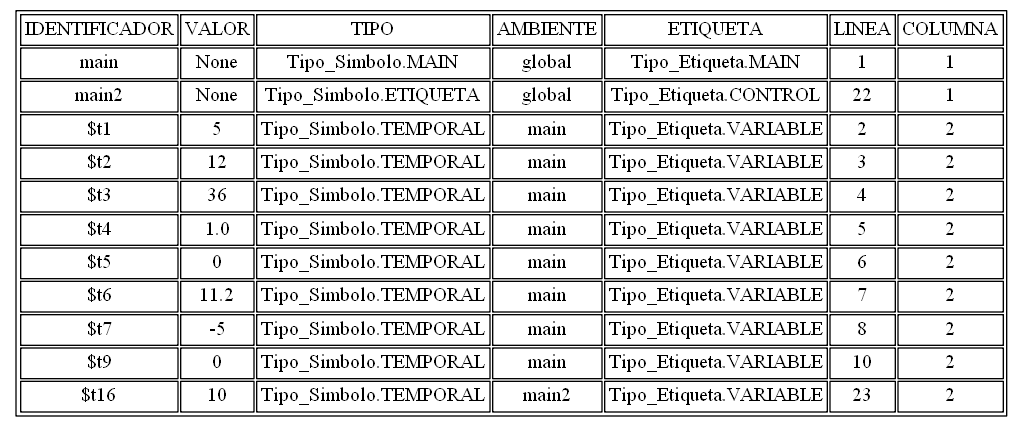
AndreeAvalos/OLC2-AUGUS keeps this Graphviz diagram as tablasimbolos.png. Above is the earlier version. Its source is kept beside it as tablasimbolos.dot.
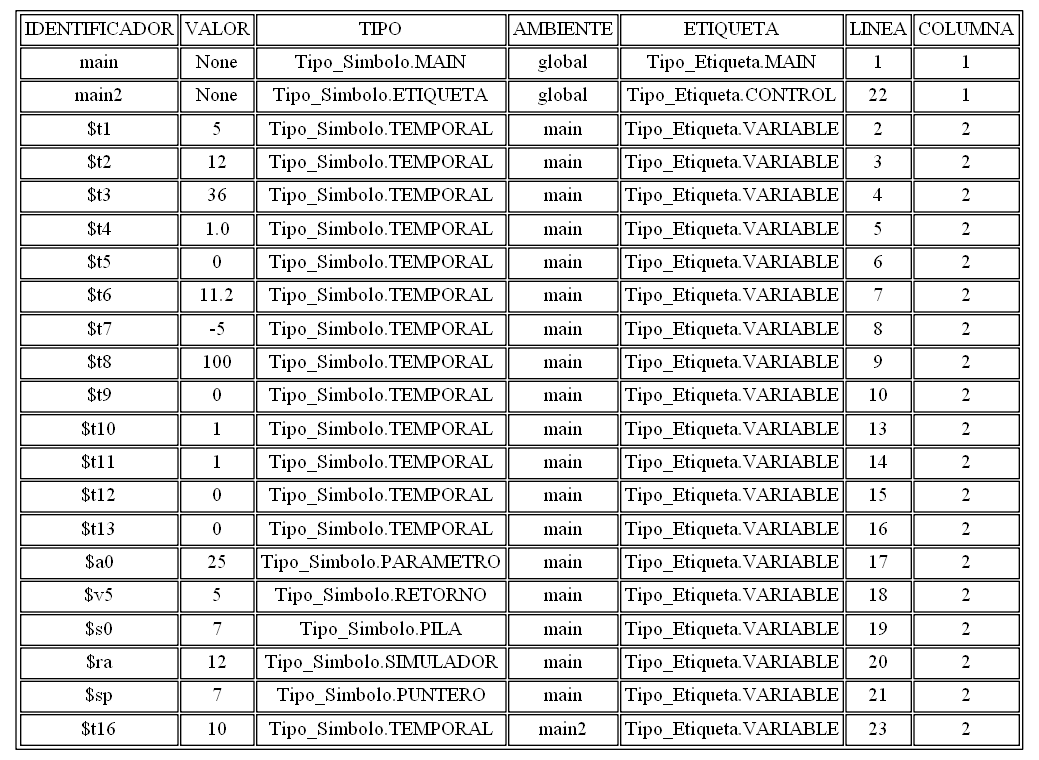
After the change.

Diff of the diagram source:
```diff
@@ -12,7 +12,17 @@
 <TR><TD>$t5</TD><TD>0</TD><TD>Tipo_Simbolo.TEMPORAL</TD><TD>main</TD><TD>Tipo_Etiqueta.VARIABLE</TD><TD>6</TD><TD>2</TD></TR>
 <TR><TD>$t6</TD><TD>11.2</TD><TD>Tipo_Simbolo.TEMPORAL</TD><TD>main</TD><TD>Tipo_Etiqueta.VARIABLE</TD><TD>7</TD><TD>2</TD></TR>
 <TR><TD>$t7</TD><TD>-5</TD><TD>Tipo_Simbolo.TEMPORAL</TD><TD>main</TD><TD>Tipo_Etiqueta.VARIABLE</TD><TD>8</TD><TD>2</TD></TR>
+<TR><TD>$t8</TD><TD>100</TD><TD>Tipo_Simbolo.TEMPORAL</TD><TD>main</TD><TD>Tipo_Etiqueta.VARIABLE</TD><TD>9</TD><TD>2</TD></TR>
 <TR><TD>$t9</TD><TD>0</TD><TD>Tipo_Simbolo.TEMPORAL</TD><TD>main</TD><TD>Tipo_Etiqueta.VARIABLE</TD><TD>10</TD><TD>2</TD></TR>
+<TR><TD>$t10</TD><TD>1</TD><TD>Tipo_Simbolo.TEMPORAL</TD><TD>main</TD><TD>Tipo_Etiqueta.VARIABLE</TD><TD>13</TD><TD>2</TD></TR>
+<TR><TD>$t11</TD><TD>1</TD><TD>Tipo_Simbolo.TEMPORAL</TD><TD>main</TD><TD>Tipo_Etiqueta.VARIABLE</TD><TD>14</TD><TD>2</TD></TR>
+<TR><TD>$t12</TD><TD>0</TD><TD>Tipo_Simbolo.TEMPORAL</TD><TD>main</TD><TD>Tipo_Etiqueta.VARIABLE</TD><TD>15</TD><TD>2</TD></TR>
+<TR><TD>$t13</TD><TD>0</TD><TD>Tipo_Simbolo.TEMPORAL</TD><TD>main</TD><TD>Tipo_Etiqueta.VARIABLE</TD><TD>16</TD><TD>2</TD></TR>
+<TR><TD>$a0</TD><TD>25</TD><TD>Tipo_Simbolo.PARAMETRO</TD><TD>main</TD><TD>Tipo_Etiqueta.VARIABLE</TD><TD>17</TD><TD>2</TD></TR>
+<TR><TD>$v5</TD><TD>5</TD><TD>Tipo_Simbolo.RETORNO</TD><TD>main</TD><TD>Tipo_Etiqueta.VARIABLE</TD><TD>18</TD><TD>2</TD></TR>
+<TR><TD>$s0</TD><TD>7</TD><TD>Tipo_Simbolo.PILA</TD><TD>main</TD><TD>Tipo_Etiqueta.VARIABLE</TD><TD>19</TD><TD>2</TD></TR>
+<TR><TD>$ra</TD><TD>12</TD><TD>Tipo_Simbolo.SIMULADOR</TD><TD>main</TD><TD>Tipo_Etiqueta.VARIABLE</TD><TD>20</TD><TD>2</TD></TR>
+<TR><TD>$sp</TD><TD>7</TD><TD>Tipo_Simbolo.PUNTERO</TD><TD>main</TD><TD>Tipo_Etiqueta.VARIABLE</TD><TD>21</TD><TD>2</TD></TR>
 <TR><TD>$t16</TD><TD>10</TD><TD>Tipo_Simbolo.TEMPORAL</TD><TD>main2</TD><TD>Tipo_Etiqueta.VARIABLE</TD><TD>23</TD><TD>2</TD></TR>
 </TABLE>
 >, ];
```
